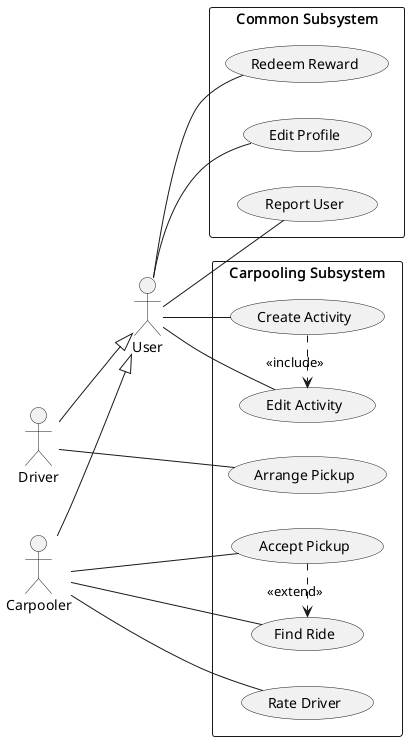
Before: images/use-cases-carpooling.png, a diagram exported from PlantUML (YannisRavasopoulos/ProjectSD_S6).
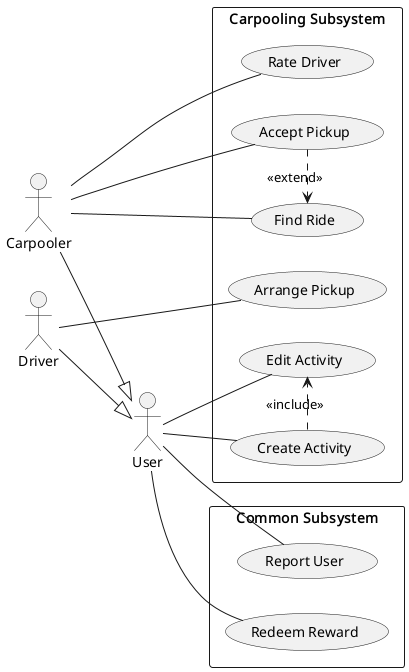
The same diagram one commit later.

Commit message:
Manage Account usecase

Diff of the diagram source:
```diff
@@ -20,11 +20,9 @@
 
 rectangle "Common Subsystem" {
     usecase "Redeem Reward"
-    usecase "Edit Profile"
     usecase "Report User"
 }
 
-"User" -- "Edit Profile"
 "User" -- "Redeem Reward"
 "User" -- "Report User"
 
```
